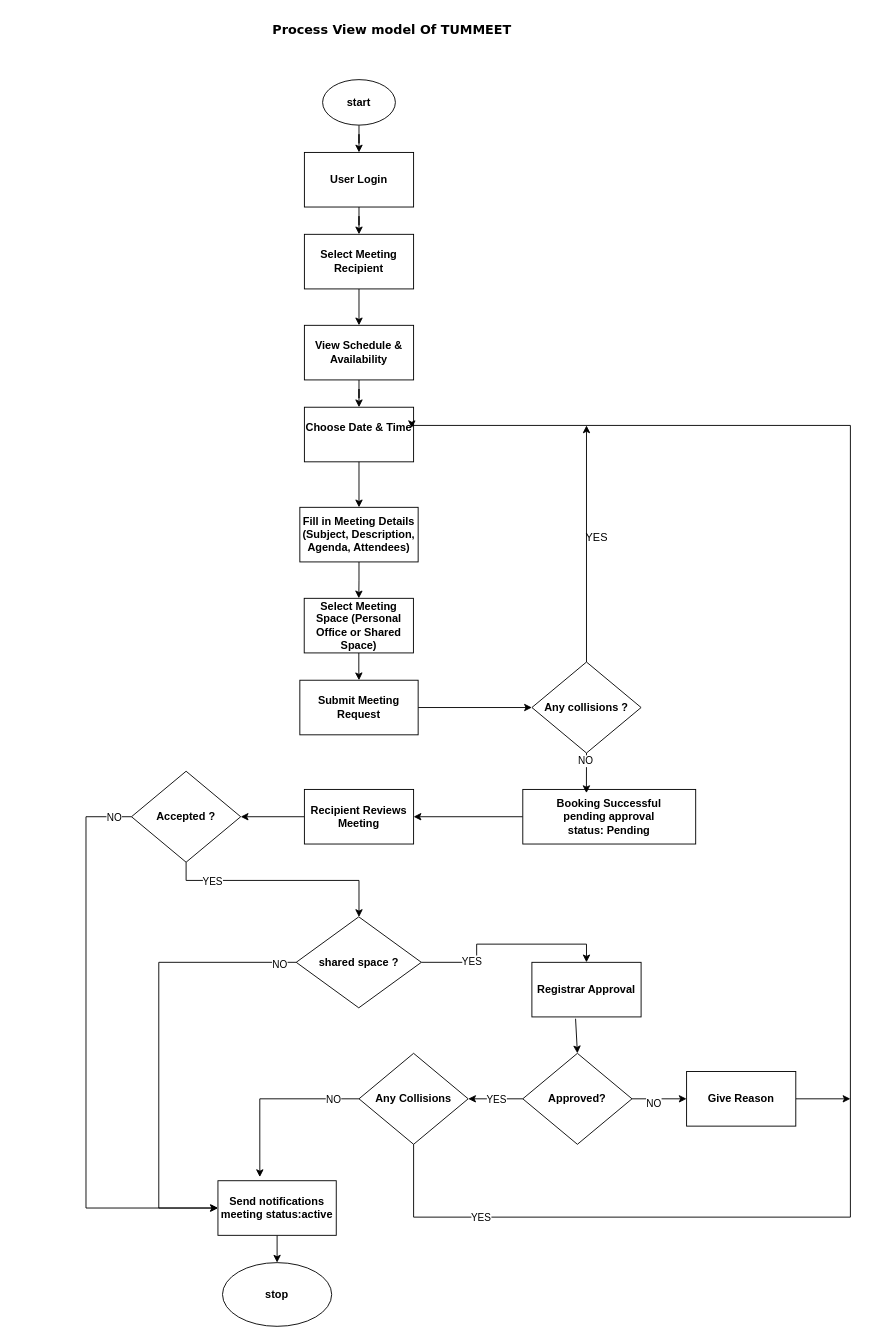
The draw.io diagram page "Page-3" (3 of 4) of Untitled Diagram.drawio in kiavin/auth_pages, before the edit. Source tidied: cells renumbered, new cells numbered last; positions are measured from the earlier drawing's top-left corner, leaving out a move shared by most shapes. Both pictures are drawn from the tidied source at 91%, with x=0, y=0 at pixel (86, 15).
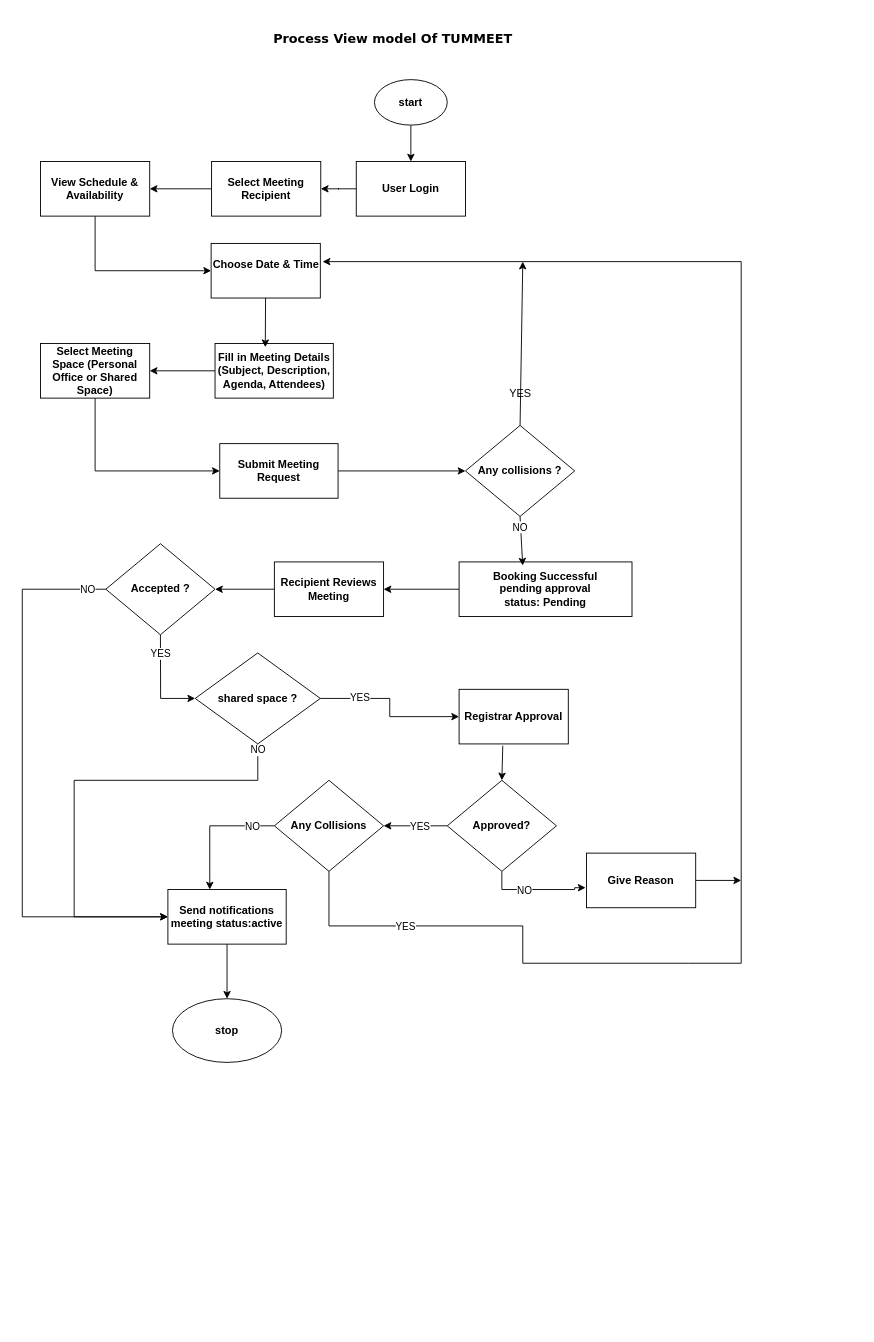
After the change.

Change to the diagram source:
```diff
@@
     <mxCell id="2" value="&lt;b&gt;&lt;font style=&quot;font-size: 14px;&quot; face=&quot;Verdana&quot;&gt;Process View model Of TUMMEET&lt;/font&gt;&lt;/b&gt;" style="text;html=1;align=center;verticalAlign=middle;strokeColor=none;fillColor=none;" parent="1" vertex="1">
-      <mxGeometry x="206" width="260" height="30" as="geometry" />
+      <mxGeometry x="207" y="10" width="260" height="30" as="geometry" />
     </mxCell>
@@
     <mxCell id="4" value="&lt;b&gt;start&lt;/b&gt;" style="ellipse;whiteSpace=wrap;html=1;" parent="1" vertex="1">
-      <mxGeometry x="260" y="70" width="80" height="50" as="geometry" />
+      <mxGeometry x="317" y="70" width="80" height="50" as="geometry" />
     </mxCell>
@@
     <mxCell id="6" value="&lt;b&gt;User Login&lt;/b&gt;" style="rounded=0;whiteSpace=wrap;html=1;" parent="1" vertex="1">
-      <mxGeometry x="240" y="150" width="120" height="60" as="geometry" />
+      <mxGeometry x="297" y="160" width="120" height="60" as="geometry" />
     </mxCell>
@@
     <mxCell id="8" value="&lt;b&gt;Booking Successful&lt;/b&gt;&lt;div&gt;&lt;b&gt;pending approval&lt;/b&gt;&lt;/div&gt;&lt;div&gt;&lt;b&gt;status: Pending&lt;br&gt;&lt;/b&gt;&lt;/div&gt;" style="rounded=0;whiteSpace=wrap;html=1;" parent="1" vertex="1">
-      <mxGeometry x="480" y="850" width="190" height="60" as="geometry" />
+      <mxGeometry x="410" y="600" width="190" height="60" as="geometry" />
     </mxCell>
@@
     <mxCell id="10" value="&lt;strong&gt;Recipient Reviews Meeting&lt;/strong&gt;" style="rounded=0;whiteSpace=wrap;html=1;" parent="1" vertex="1">
-      <mxGeometry x="240" y="850" width="120" height="60" as="geometry" />
+      <mxGeometry x="207" y="600" width="120" height="60" as="geometry" />
     </mxCell>
     <mxCell id="11" value="&lt;div&gt;&lt;b&gt;Choose Date &amp;amp; Time&lt;/b&gt;&lt;/div&gt;&lt;div&gt;&lt;b&gt;&lt;br&gt;&lt;/b&gt;&lt;/div&gt;" style="rounded=0;whiteSpace=wrap;html=1;" parent="1" vertex="1">
-      <mxGeometry x="240" y="430" width="120" height="60" as="geometry" />
+      <mxGeometry x="137.5" y="250" width="120" height="60" as="geometry" />
     </mxCell>
@@
     <mxCell id="13" value=" &lt;strong&gt;Select Meeting Recipient&lt;/strong&gt;" style="rounded=0;whiteSpace=wrap;html=1;" parent="1" vertex="1">
-      <mxGeometry x="240" y="240" width="120" height="60" as="geometry" />
+      <mxGeometry x="138" y="160" width="120" height="60" as="geometry" />
     </mxCell>
-    <mxCell id="14" style="edgeStyle=orthogonalEdgeStyle;rounded=0;jettySize=auto;html=1;" parent="1" edge="1" source="15" target="11">
-      <mxGeometry relative="1" as="geometry" />
+    <mxCell id="14" style="rounded=0;jettySize=auto;html=1;exitX=0.5;exitY=1;exitDx=0;exitDy=0;" parent="1" edge="1" source="15" target="11">
+      <mxGeometry relative="1" as="geometry">
+        <Array as="points">
+          <mxPoint x="10" y="280" />
+        </Array>
+      </mxGeometry>
     </mxCell>
     <mxCell id="15" value="&lt;b&gt;View Schedule &amp;amp; Availability&lt;/b&gt;" style="rounded=0;whiteSpace=wrap;html=1;" parent="1" vertex="1">
-      <mxGeometry x="240" y="340" width="120" height="60" as="geometry" />
+      <mxGeometry x="-50" y="160" width="120" height="60" as="geometry" />
     </mxCell>
     <mxCell id="16" style="rounded=0;jettySize=auto;html=1;exitX=0.5;exitY=0;exitDx=0;exitDy=0;" parent="1" edge="1" source="17">
       <mxGeometry relative="1" as="geometry">
-        <mxPoint x="550" y="450" as="targetPoint" />
+        <mxPoint x="480" y="270" as="targetPoint" />
       </mxGeometry>
     </mxCell>
     <mxCell id="17" value="&lt;b&gt;Any &lt;span&gt;&lt;span&gt;collisions ?&lt;br&gt;&lt;/span&gt;&lt;/span&gt;&lt;/b&gt;" style="rhombus;whiteSpace=wrap;html=1;" parent="1" vertex="1">
-      <mxGeometry x="490" y="710" width="120" height="100" as="geometry" />
+      <mxGeometry x="417" y="450" width="120" height="100" as="geometry" />
     </mxCell>
-    <mxCell id="18" style="edgeStyle=orthogonalEdgeStyle;rounded=0;jettySize=auto;html=1;" parent="1" edge="1" source="19" target="31">
-      <mxGeometry relative="1" as="geometry" />
+    <mxCell id="18" style="rounded=0;jettySize=auto;html=1;exitX=0.5;exitY=1;exitDx=0;exitDy=0;" parent="1" edge="1" source="19" target="31">
+      <mxGeometry relative="1" as="geometry">
+        <Array as="points">
+          <mxPoint x="10" y="500" />
+        </Array>
+      </mxGeometry>
     </mxCell>
     <mxCell id="19" value="&lt;strong&gt;Select Meeting Space (Personal Office or Shared Space)&lt;/strong&gt;" style="rounded=0;whiteSpace=wrap;html=1;" parent="1" vertex="1">
-      <mxGeometry x="239.8" y="640" width="120" height="60" as="geometry" />
+      <mxGeometry x="-50" y="360" width="120" height="60" as="geometry" />
     </mxCell>
@@
     <mxCell id="21" value="&lt;div&gt;&lt;b&gt;Send notifications&lt;/b&gt;&lt;/div&gt;&lt;div&gt;&lt;b&gt;meeting status:active&lt;br&gt;&lt;/b&gt;&lt;/div&gt;" style="rounded=0;whiteSpace=wrap;html=1;" parent="1" vertex="1">
-      <mxGeometry x="145" y="1280" width="130" height="60" as="geometry" />
+      <mxGeometry x="90" y="960" width="130" height="60" as="geometry" />
     </mxCell>
-    <mxCell id="22" style="rounded=0;jettySize=auto;html=1;entryX=0.354;entryY=-0.067;entryDx=0;entryDy=0;exitX=0;exitY=0.5;exitDx=0;exitDy=0;entryPerimeter=0;" parent="1" edge="1" source="24" target="21">
+    <mxCell id="22" style="rounded=0;jettySize=auto;html=1;entryX=0.354;entryY=0;entryDx=0;entryDy=0;exitX=0;exitY=0.5;exitDx=0;exitDy=0;entryPerimeter=0;" parent="1" edge="1" source="24" target="21">
       <mxGeometry relative="1" as="geometry">
         <Array as="points">
-          <mxPoint x="191" y="1190" />
+          <mxPoint x="136" y="890" />
         </Array>
       </mxGeometry>
     </mxCell>
@@
     <mxCell id="24" value="&lt;b&gt;Any Collisions&lt;/b&gt;" style="rhombus;whiteSpace=wrap;html=1;" parent="1" vertex="1">
-      <mxGeometry x="300" y="1140" width="120" height="100" as="geometry" />
+      <mxGeometry x="207" y="840" width="120" height="100" as="geometry" />
     </mxCell>
-    <mxCell id="25" style="edgeStyle=orthogonalEdgeStyle;rounded=0;jettySize=auto;html=1;exitX=0.5;exitY=1;exitDx=0;exitDy=0;entryX=0.983;entryY=0.383;entryDx=0;entryDy=0;entryPerimeter=0;" parent="1" edge="1" source="24" target="11">
+    <mxCell id="25" style="rounded=0;jettySize=auto;html=1;exitX=0.5;exitY=1;exitDx=0;exitDy=0;" parent="1" edge="1" source="24">
       <mxGeometry relative="1" as="geometry">
+        <mxPoint x="260" y="270" as="targetPoint" />
         <Array as="points">
-          <mxPoint x="360" y="1320" />
-          <mxPoint x="840" y="1320" />
-          <mxPoint x="840" y="450" />
-          <mxPoint x="358" y="450" />
+          <mxPoint x="267" y="1000" />
+          <mxPoint x="480" y="1000" />
+          <mxPoint x="480" y="1041" />
+          <mxPoint x="662" y="1041" />
+          <mxPoint x="720" y="1041" />
+          <mxPoint x="720" y="270" />
         </Array>
       </mxGeometry>
     </mxCell>
@@
     <mxCell id="27" value="&lt;b&gt;stop&lt;/b&gt;" style="ellipse;whiteSpace=wrap;html=1;" parent="1" vertex="1">
-      <mxGeometry x="150" y="1370" width="120" height="70" as="geometry" />
+      <mxGeometry x="95" y="1080" width="120" height="70" as="geometry" />
     </mxCell>
-    <mxCell id="28" style="edgeStyle=orthogonalEdgeStyle;rounded=0;jettySize=auto;html=1;entryX=0.5;entryY=0;entryDx=0;entryDy=0;" parent="1" edge="1" source="29" target="19">
+    <mxCell id="28" style="edgeStyle=orthogonalEdgeStyle;rounded=0;jettySize=auto;html=1;entryX=1;entryY=0.5;entryDx=0;entryDy=0;" parent="1" edge="1" source="29" target="19">
       <mxGeometry relative="1" as="geometry" />
     </mxCell>
     <mxCell id="29" value="&lt;strong&gt;Fill in Meeting Details (Subject, Description, Agenda, Attendees)&lt;/strong&gt;" style="rounded=0;whiteSpace=wrap;html=1;" parent="1" vertex="1">
-      <mxGeometry x="235" y="540" width="130" height="60" as="geometry" />
+      <mxGeometry x="141.8" y="360" width="130" height="60" as="geometry" />
     </mxCell>
@@
     <mxCell id="31" value="&lt;strong&gt;Submit Meeting Request&lt;/strong&gt;" style="rounded=0;whiteSpace=wrap;html=1;" parent="1" vertex="1">
-      <mxGeometry x="235" y="730" width="130" height="60" as="geometry" />
+      <mxGeometry x="147" y="470" width="130" height="60" as="geometry" />
     </mxCell>
@@
-    <mxCell id="34" style="rounded=0;jettySize=auto;html=1;entryX=0.5;entryY=0;entryDx=0;entryDy=0;" parent="1" edge="1" source="11" target="29">
+    <mxCell id="34" style="rounded=0;jettySize=auto;html=1;entryX=0.425;entryY=0.067;entryDx=0;entryDy=0;entryPerimeter=0;" parent="1" edge="1" source="11" target="29">
       <mxGeometry relative="1" as="geometry" />
     </mxCell>
-    <mxCell id="35" value="YES" style="text;html=1;align=center;verticalAlign=middle;strokeColor=none;fillColor=none;" parent="1" vertex="1">
-      <mxGeometry x="536" y="558" width="50" height="30" as="geometry" />
-    </mxCell>
-    <mxCell id="36" style="edgeStyle=orthogonalEdgeStyle;rounded=0;jettySize=auto;html=1;entryX=0;entryY=0.5;entryDx=0;entryDy=0;" parent="1" edge="1" source="40" target="21">
+    <mxCell id="36" style="edgeStyle=orthogonalEdgeStyle;rounded=0;jettySize=auto;html=1;entryX=0;entryY=0.5;entryDx=0;entryDy=0;exitX=0;exitY=0.5;exitDx=0;exitDy=0;" parent="1" edge="1" source="40" target="21">
       <mxGeometry relative="1" as="geometry">
         <Array as="points">
-          <mxPoint y="880" />
-          <mxPoint y="1310" />
+          <mxPoint x="-70" y="630" />
+          <mxPoint x="-70" y="990" />
         </Array>
       </mxGeometry>
     </mxCell>
@@
-    <mxCell id="38" style="edgeStyle=orthogonalEdgeStyle;rounded=0;jettySize=auto;html=1;exitX=0.5;exitY=1;exitDx=0;exitDy=0;" parent="1" edge="1" source="40" target="45">
+    <mxCell id="38" style="rounded=0;jettySize=auto;html=1;exitX=0.5;exitY=1;exitDx=0;exitDy=0;entryX=0;entryY=0.5;entryDx=0;entryDy=0;" parent="1" edge="1" source="40" target="45">
       <mxGeometry relative="1" as="geometry">
         <Array as="points">
-          <mxPoint x="110" y="950" />
-          <mxPoint x="300" y="950" />
+          <mxPoint x="82" y="750" />
         </Array>
       </mxGeometry>
     </mxCell>
@@
     <mxCell id="40" value="&lt;b&gt;Accepted ?&lt;/b&gt;" style="rhombus;whiteSpace=wrap;html=1;" parent="1" vertex="1">
-      <mxGeometry x="50" y="830" width="120" height="100" as="geometry" />
+      <mxGeometry x="21.8" y="580" width="120" height="100" as="geometry" />
     </mxCell>
-    <mxCell id="41" style="edgeStyle=orthogonalEdgeStyle;rounded=0;jettySize=auto;html=1;exitX=0;exitY=0.5;exitDx=0;exitDy=0;entryX=0;entryY=0.5;entryDx=0;entryDy=0;" parent="1" edge="1" source="45" target="21">
+    <mxCell id="41" style="edgeStyle=orthogonalEdgeStyle;rounded=0;jettySize=auto;html=1;exitX=0.5;exitY=1;exitDx=0;exitDy=0;entryX=0;entryY=0.5;entryDx=0;entryDy=0;" parent="1" edge="1" source="45" target="21">
       <mxGeometry relative="1" as="geometry">
         <Array as="points">
-          <mxPoint x="80" y="1040" />
-          <mxPoint x="80" y="1310" />
+          <mxPoint x="189" y="840" />
+          <mxPoint x="-13" y="840" />
+          <mxPoint x="-13" y="990" />
         </Array>
       </mxGeometry>
     </mxCell>
     <mxCell id="42" value="NO" style="edgeLabel;html=1;align=center;verticalAlign=middle;" parent="41" vertex="1">
-      <mxGeometry x="-0.92" y="2" relative="1" as="geometry" />
+      <mxGeometry x="-0.92" y="2" relative="1" as="geometry">
+        <mxPoint x="-2" y="-13" as="offset" />
+      </mxGeometry>
     </mxCell>
-    <mxCell id="43" style="edgeStyle=orthogonalEdgeStyle;rounded=0;jettySize=auto;html=1;entryX=0.5;entryY=0;entryDx=0;entryDy=0;" parent="1" edge="1" source="45" target="47">
+    <mxCell id="43" style="edgeStyle=orthogonalEdgeStyle;rounded=0;jettySize=auto;html=1;entryX=0;entryY=0.5;entryDx=0;entryDy=0;" parent="1" edge="1" source="45" target="47">
       <mxGeometry relative="1" as="geometry" />
     </mxCell>
@@
     <mxCell id="45" value="&lt;b&gt;shared space ?&lt;/b&gt;" style="rhombus;whiteSpace=wrap;html=1;" parent="1" vertex="1">
-      <mxGeometry x="231" y="990" width="137.5" height="100" as="geometry" />
+      <mxGeometry x="120" y="700" width="137.5" height="100" as="geometry" />
     </mxCell>
@@
     <mxCell id="47" value="&lt;b&gt;Registrar Approval &lt;/b&gt;" style="rounded=0;whiteSpace=wrap;html=1;" parent="1" vertex="1">
-      <mxGeometry x="490" y="1040" width="120" height="60" as="geometry" />
+      <mxGeometry x="410" y="740" width="120" height="60" as="geometry" />
     </mxCell>
@@
-    <mxCell id="50" style="edgeStyle=orthogonalEdgeStyle;rounded=0;jettySize=auto;html=1;" parent="1" edge="1" source="52" target="54">
+    <mxCell id="50" style="edgeStyle=orthogonalEdgeStyle;rounded=0;jettySize=auto;html=1;exitX=0.5;exitY=1;exitDx=0;exitDy=0;entryX=-0.008;entryY=0.633;entryDx=0;entryDy=0;entryPerimeter=0;" parent="1" edge="1" source="52" target="54">
       <mxGeometry relative="1" as="geometry" />
     </mxCell>
     <mxCell id="51" value="NO" style="edgeLabel;html=1;align=center;verticalAlign=middle;" parent="50" vertex="1">
-      <mxGeometry x="-0.22" y="-4" relative="1" as="geometry" />
+      <mxGeometry x="-0.22" y="-4" relative="1" as="geometry">
+        <mxPoint y="-4" as="offset" />
+      </mxGeometry>
     </mxCell>
     <mxCell id="52" value="&lt;b&gt;Approved?&lt;/b&gt;" style="rhombus;whiteSpace=wrap;html=1;" parent="1" vertex="1">
-      <mxGeometry x="480" y="1140" width="120" height="100" as="geometry" />
+      <mxGeometry x="397" y="840" width="120" height="100" as="geometry" />
     </mxCell>
     <mxCell id="53" style="rounded=0;jettySize=auto;html=1;exitX=1;exitY=0.5;exitDx=0;exitDy=0;" parent="1" edge="1" source="54">
       <mxGeometry relative="1" as="geometry">
-        <mxPoint x="840" y="1190" as="targetPoint" />
+        <mxPoint x="720" y="950" as="targetPoint" />
       </mxGeometry>
     </mxCell>
     <mxCell id="54" value="&lt;b&gt;Give Reason&lt;/b&gt;" style="whiteSpace=wrap;html=1;" parent="1" vertex="1">
-      <mxGeometry x="660" y="1160" width="120" height="60" as="geometry" />
+      <mxGeometry x="550" y="920" width="120" height="60" as="geometry" />
     </mxCell>
+    <mxCell id="35" value="YES" style="text;html=1;align=center;verticalAlign=middle;strokeColor=none;fillColor=none;" parent="1" vertex="1">
+      <mxGeometry x="452" y="400" width="50" height="30" as="geometry" />
+    </mxCell>
```
